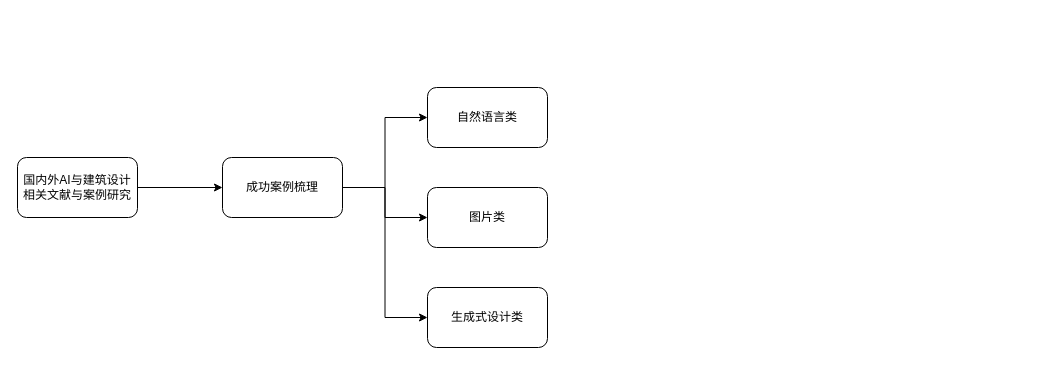
This is AI与建筑设计.drawio from gaochaowyq/MinderGraph, a draw.io file, before an edit. Source tidied: cells renumbered, new cells numbered last; positions are measured from the earlier drawing's top-left corner, leaving out a move shared by most shapes. Both pictures are drawn from the tidied source at 100%, with x=0, y=0 at pixel (17, 87).
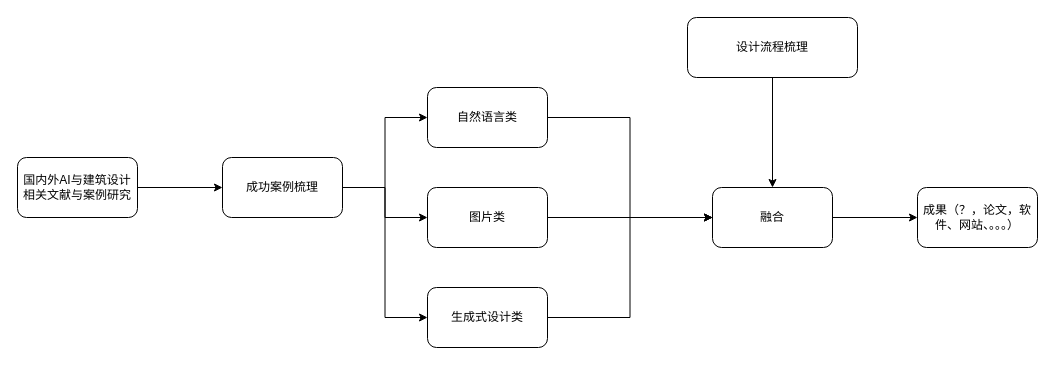
Above is the later version.

Commit message (it also covers changes not shown here):
更新AI与建筑设计.drawio

Change to the diagram source:
```diff
@@
 <mxGraphModel>
   <root>
     <mxCell id="0" />
     <mxCell id="1" parent="0" />
     <mxCell id="2" style="edgeStyle=orthogonalEdgeStyle;rounded=0;jettySize=auto;html=1;" parent="1" edge="1" source="3" target="7">
       <mxGeometry relative="1" as="geometry" />
     </mxCell>
     <mxCell id="3" value="国内外AI与建筑设计相关文献与案例研究" style="rounded=1;whiteSpace=wrap;html=1;" parent="1" vertex="1">
       <mxGeometry y="70" width="120" height="60" as="geometry" />
     </mxCell>
     <mxCell id="4" style="edgeStyle=orthogonalEdgeStyle;rounded=0;jettySize=auto;html=1;entryX=0;entryY=0.5;entryDx=0;entryDy=0;" parent="1" edge="1" source="7" target="8">
       <mxGeometry relative="1" as="geometry" />
     </mxCell>
     <mxCell id="5" style="edgeStyle=orthogonalEdgeStyle;rounded=0;jettySize=auto;html=1;" parent="1" edge="1" source="7" target="9">
       <mxGeometry relative="1" as="geometry" />
     </mxCell>
     <mxCell id="6" style="edgeStyle=orthogonalEdgeStyle;rounded=0;jettySize=auto;html=1;entryX=0;entryY=0.5;entryDx=0;entryDy=0;" parent="1" edge="1" source="7" target="10">
       <mxGeometry relative="1" as="geometry" />
     </mxCell>
     <mxCell id="7" value="成功案例梳理" style="rounded=1;whiteSpace=wrap;html=1;" parent="1" vertex="1">
       <mxGeometry x="205" y="70" width="120" height="60" as="geometry" />
     </mxCell>
+    <mxCell id="11" style="edgeStyle=orthogonalEdgeStyle;rounded=0;jettySize=auto;html=1;entryX=0;entryY=0.5;entryDx=0;entryDy=0;" parent="1" edge="1" source="8" target="15">
+      <mxGeometry relative="1" as="geometry" />
+    </mxCell>
     <mxCell id="8" value="自然语言类" style="rounded=1;whiteSpace=wrap;html=1;" parent="1" vertex="1">
       <mxGeometry x="410" width="120" height="60" as="geometry" />
     </mxCell>
+    <mxCell id="12" style="edgeStyle=orthogonalEdgeStyle;rounded=0;jettySize=auto;html=1;entryX=0;entryY=0.5;entryDx=0;entryDy=0;" parent="1" edge="1" source="9" target="15">
+      <mxGeometry relative="1" as="geometry" />
+    </mxCell>
     <mxCell id="9" value="图片类" style="rounded=1;whiteSpace=wrap;html=1;" parent="1" vertex="1">
       <mxGeometry x="410" y="100" width="120" height="60" as="geometry" />
     </mxCell>
+    <mxCell id="13" style="edgeStyle=orthogonalEdgeStyle;rounded=0;jettySize=auto;html=1;entryX=0;entryY=0.5;entryDx=0;entryDy=0;" parent="1" edge="1" source="10" target="15">
+      <mxGeometry relative="1" as="geometry" />
+    </mxCell>
     <mxCell id="10" value="生成式设计类" style="rounded=1;whiteSpace=wrap;html=1;" parent="1" vertex="1">
       <mxGeometry x="410" y="200" width="120" height="60" as="geometry" />
     </mxCell>
+    <mxCell id="14" style="edgeStyle=orthogonalEdgeStyle;rounded=0;jettySize=auto;html=1;" parent="1" edge="1" source="15" target="18">
+      <mxGeometry relative="1" as="geometry" />
+    </mxCell>
+    <mxCell id="15" value="融合" style="rounded=1;whiteSpace=wrap;html=1;" parent="1" vertex="1">
+      <mxGeometry x="695" y="100" width="120" height="60" as="geometry" />
+    </mxCell>
+    <mxCell id="16" style="edgeStyle=orthogonalEdgeStyle;rounded=0;jettySize=auto;html=1;" parent="1" edge="1" source="17" target="15">
+      <mxGeometry relative="1" as="geometry" />
+    </mxCell>
+    <mxCell id="17" value="设计流程梳理" style="rounded=1;whiteSpace=wrap;html=1;" parent="1" vertex="1">
+      <mxGeometry x="670" y="-70" width="170" height="60" as="geometry" />
+    </mxCell>
+    <mxCell id="18" value="成果（？，论文，软件、网站、。。。）" style="rounded=1;whiteSpace=wrap;html=1;" parent="1" vertex="1">
+      <mxGeometry x="900" y="100" width="120" height="60" as="geometry" />
+    </mxCell>
   </root>
 </mxGraphModel>
```
